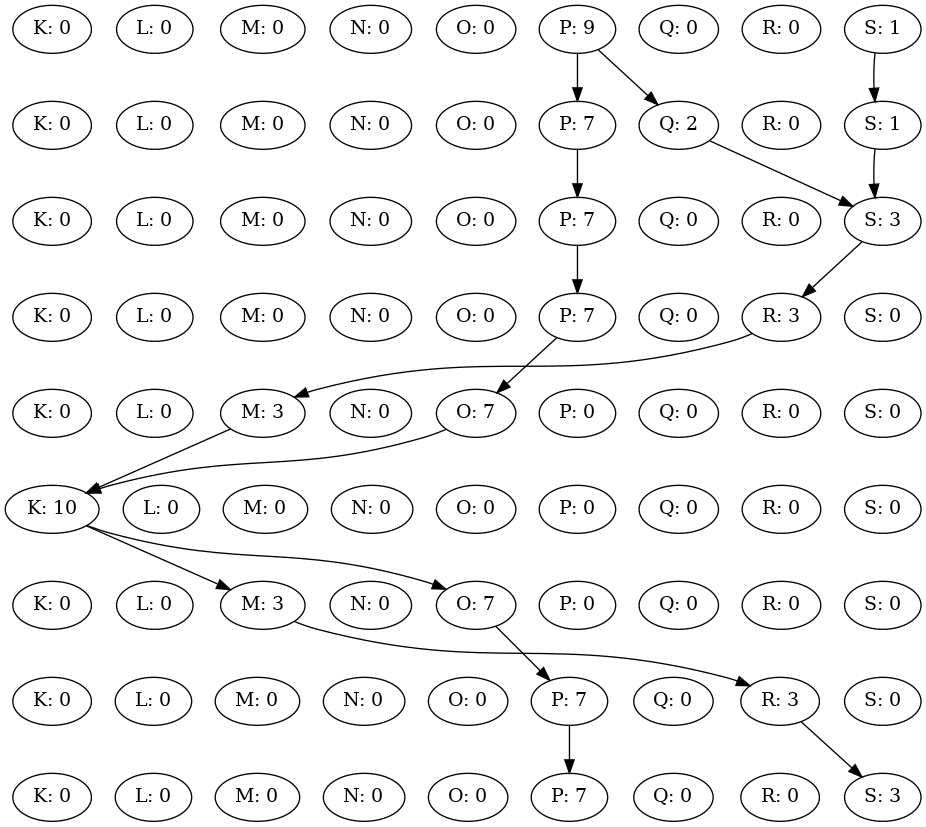
This is patched.png from TieneSabor/slugs_swarmPlanner, a Graphviz export, as it was before one commit. Its source is kept beside it as Patched.dot.
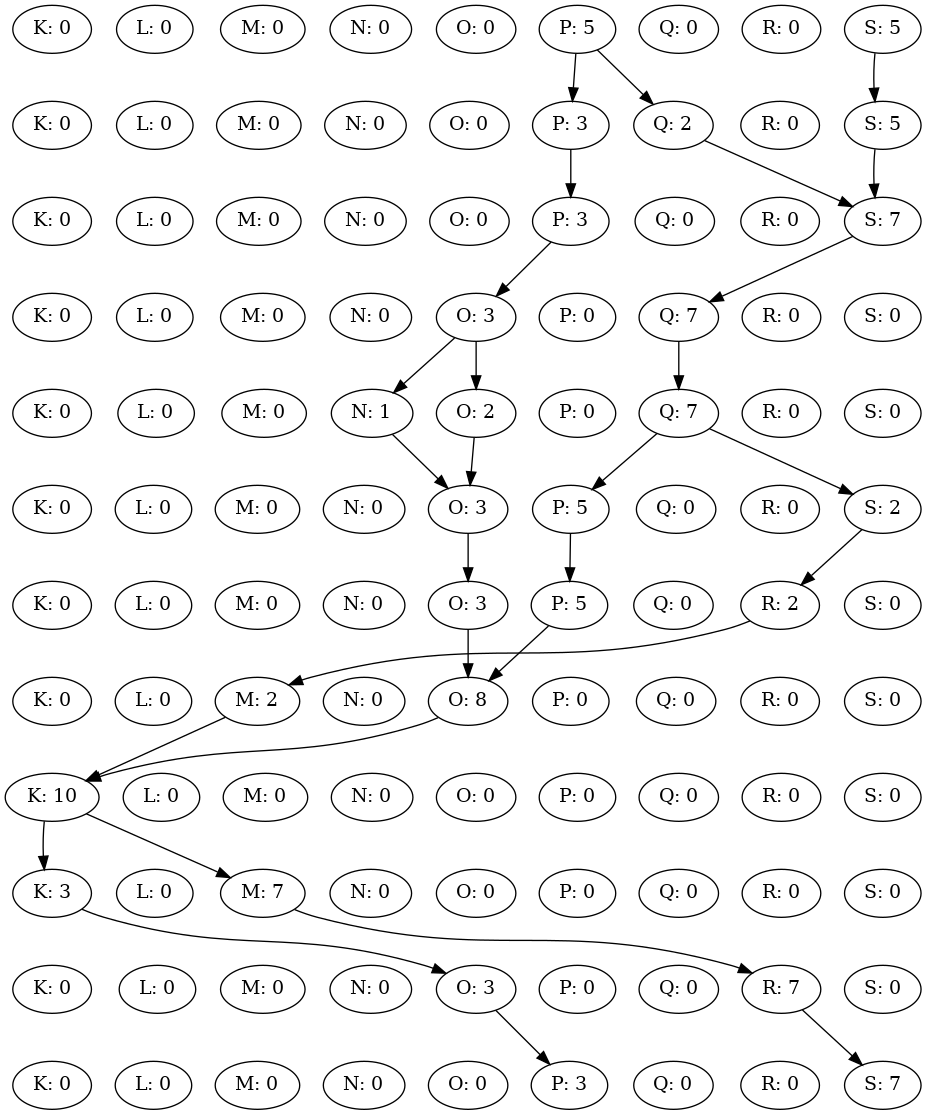
After the commit.

Change to the diagram source:
```diff
@@ -4,19 +4,19 @@
 M0 [label="M: 0"];
 N0 [label="N: 0"];
 O0 [label="O: 0"];
-P0 [label="P: 9"];
+P0 [label="P: 5"];
 Q0 [label="Q: 0"];
 R0 [label="R: 0"];
-S0 [label="S: 1"];
+S0 [label="S: 5"];
 rank = same {K0 -> L0 -> M0 -> N0 -> O0 -> P0 -> Q0 -> R0 -> S0 [style=invis] }K1 [label="K: 0"];
 L1 [label="L: 0"];
 M1 [label="M: 0"];
 N1 [label="N: 0"];
 O1 [label="O: 0"];
-P1 [label="P: 7"];
+P1 [label="P: 3"];
 Q1 [label="Q: 2"];
 R1 [label="R: 0"];
-S1 [label="S: 1"];
+S1 [label="S: 5"];
 rank = same {K1 -> L1 -> M1 -> N1 -> O1 -> P1 -> Q1 -> R1 -> S1 [style=invis] }P0 -> P1
 P0 -> Q1
 S0 -> S1
@@ -25,10 +25,10 @@
 M2 [label="M: 0"];
 N2 [label="N: 0"];
 O2 [label="O: 0"];
-P2 [label="P: 7"];
+P2 [label="P: 3"];
 Q2 [label="Q: 0"];
 R2 [label="R: 0"];
-S2 [label="S: 3"];
+S2 [label="S: 7"];
 rank = same {K2 -> L2 -> M2 -> N2 -> O2 -> P2 -> Q2 -> R2 -> S2 [style=invis] }P1 -> P2
 Q1 -> S2
 S1 -> S2
@@ -36,68 +36,106 @@
 L3 [label="L: 0"];
 M3 [label="M: 0"];
 N3 [label="N: 0"];
-O3 [label="O: 0"];
-P3 [label="P: 7"];
-Q3 [label="Q: 0"];
-R3 [label="R: 3"];
+O3 [label="O: 3"];
+P3 [label="P: 0"];
+Q3 [label="Q: 7"];
+R3 [label="R: 0"];
 S3 [label="S: 0"];
-rank = same {K3 -> L3 -> M3 -> N3 -> O3 -> P3 -> Q3 -> R3 -> S3 [style=invis] }P2 -> P3
-S2 -> R3
+rank = same {K3 -> L3 -> M3 -> N3 -> O3 -> P3 -> Q3 -> R3 -> S3 [style=invis] }P2 -> O3
+S2 -> Q3
 K4 [label="K: 0"];
 L4 [label="L: 0"];
-M4 [label="M: 3"];
-N4 [label="N: 0"];
-O4 [label="O: 7"];
+M4 [label="M: 0"];
+N4 [label="N: 1"];
+O4 [label="O: 2"];
 P4 [label="P: 0"];
-Q4 [label="Q: 0"];
+Q4 [label="Q: 7"];
 R4 [label="R: 0"];
 S4 [label="S: 0"];
-rank = same {K4 -> L4 -> M4 -> N4 -> O4 -> P4 -> Q4 -> R4 -> S4 [style=invis] }P3 -> O4
-R3 -> M4
-K5 [label="K: 10"];
+rank = same {K4 -> L4 -> M4 -> N4 -> O4 -> P4 -> Q4 -> R4 -> S4 [style=invis] }O3 -> N4
+O3 -> O4
+Q3 -> Q4
+K5 [label="K: 0"];
 L5 [label="L: 0"];
 M5 [label="M: 0"];
 N5 [label="N: 0"];
-O5 [label="O: 0"];
-P5 [label="P: 0"];
+O5 [label="O: 3"];
+P5 [label="P: 5"];
 Q5 [label="Q: 0"];
 R5 [label="R: 0"];
-S5 [label="S: 0"];
-rank = same {K5 -> L5 -> M5 -> N5 -> O5 -> P5 -> Q5 -> R5 -> S5 [style=invis] }M4 -> K5
-O4 -> K5
+S5 [label="S: 2"];
+rank = same {K5 -> L5 -> M5 -> N5 -> O5 -> P5 -> Q5 -> R5 -> S5 [style=invis] }N4 -> O5
+O4 -> O5
+Q4 -> P5
+Q4 -> S5
 K6 [label="K: 0"];
 L6 [label="L: 0"];
-M6 [label="M: 3"];
+M6 [label="M: 0"];
 N6 [label="N: 0"];
-O6 [label="O: 7"];
-P6 [label="P: 0"];
+O6 [label="O: 3"];
+P6 [label="P: 5"];
 Q6 [label="Q: 0"];
-R6 [label="R: 0"];
+R6 [label="R: 2"];
 S6 [label="S: 0"];
-rank = same {K6 -> L6 -> M6 -> N6 -> O6 -> P6 -> Q6 -> R6 -> S6 [style=invis] }K5 -> M6
-K5 -> O6
+rank = same {K6 -> L6 -> M6 -> N6 -> O6 -> P6 -> Q6 -> R6 -> S6 [style=invis] }O5 -> O6
+P5 -> P6
+S5 -> R6
 K7 [label="K: 0"];
 L7 [label="L: 0"];
-M7 [label="M: 0"];
+M7 [label="M: 2"];
 N7 [label="N: 0"];
-O7 [label="O: 0"];
-P7 [label="P: 7"];
+O7 [label="O: 8"];
+P7 [label="P: 0"];
 Q7 [label="Q: 0"];
-R7 [label="R: 3"];
+R7 [label="R: 0"];
 S7 [label="S: 0"];
-rank = same {K7 -> L7 -> M7 -> N7 -> O7 -> P7 -> Q7 -> R7 -> S7 [style=invis] }M6 -> R7
-O6 -> P7
-K8 [label="K: 0"];
+rank = same {K7 -> L7 -> M7 -> N7 -> O7 -> P7 -> Q7 -> R7 -> S7 [style=invis] }O6 -> O7
+P6 -> O7
+R6 -> M7
+K8 [label="K: 10"];
 L8 [label="L: 0"];
 M8 [label="M: 0"];
 N8 [label="N: 0"];
 O8 [label="O: 0"];
-P8 [label="P: 7"];
+P8 [label="P: 0"];
 Q8 [label="Q: 0"];
 R8 [label="R: 0"];
-S8 [label="S: 3"];
-rank = same {K8 -> L8 -> M8 -> N8 -> O8 -> P8 -> Q8 -> R8 -> S8 [style=invis] }P7 -> P8
-R7 -> S8
-K0 -> K1 -> K2 -> K3 -> K4 -> K5 -> K6 -> K7 -> K8 [ style=invis; weight=1000 ]
-S0 -> S1 -> S2 -> S3 -> S4 -> S5 -> S6 -> S7 -> S8 [ style=invis; weight=1000 ]
+S8 [label="S: 0"];
+rank = same {K8 -> L8 -> M8 -> N8 -> O8 -> P8 -> Q8 -> R8 -> S8 [style=invis] }M7 -> K8
+O7 -> K8
+K9 [label="K: 3"];
+L9 [label="L: 0"];
+M9 [label="M: 7"];
+N9 [label="N: 0"];
+O9 [label="O: 0"];
+P9 [label="P: 0"];
+Q9 [label="Q: 0"];
+R9 [label="R: 0"];
+S9 [label="S: 0"];
+rank = same {K9 -> L9 -> M9 -> N9 -> O9 -> P9 -> Q9 -> R9 -> S9 [style=invis] }K8 -> K9
+K8 -> M9
+K10 [label="K: 0"];
+L10 [label="L: 0"];
+M10 [label="M: 0"];
+N10 [label="N: 0"];
+O10 [label="O: 3"];
+P10 [label="P: 0"];
+Q10 [label="Q: 0"];
+R10 [label="R: 7"];
+S10 [label="S: 0"];
+rank = same {K10 -> L10 -> M10 -> N10 -> O10 -> P10 -> Q10 -> R10 -> S10 [style=invis] }K9 -> O10
+M9 -> R10
+K11 [label="K: 0"];
+L11 [label="L: 0"];
+M11 [label="M: 0"];
+N11 [label="N: 0"];
+O11 [label="O: 0"];
+P11 [label="P: 3"];
+Q11 [label="Q: 0"];
+R11 [label="R: 0"];
+S11 [label="S: 7"];
+rank = same {K11 -> L11 -> M11 -> N11 -> O11 -> P11 -> Q11 -> R11 -> S11 [style=invis] }O10 -> P11
+R10 -> S11
+K0 -> K1 -> K2 -> K3 -> K4 -> K5 -> K6 -> K7 -> K8 -> K9 -> K10 -> K11 [ style=invis; weight=1000 ]
+S0 -> S1 -> S2 -> S3 -> S4 -> S5 -> S6 -> S7 -> S8 -> S9 -> S10 -> S11 [ style=invis; weight=1000 ]
 }
```
